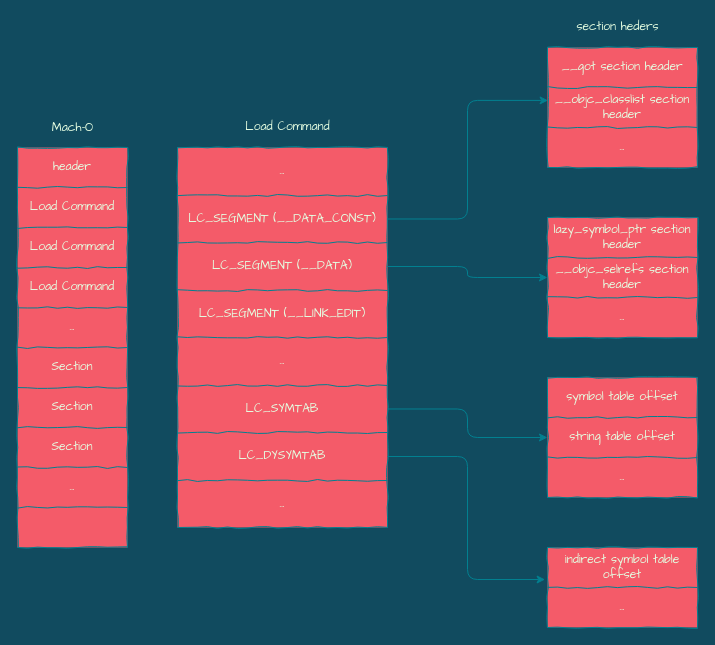
silan-liu/drawio keeps this draw.io diagram as page "Page-1" (1 of 2) of fishhook/mach-o.drawio. Above is the earlier version. Source tidied: cells renumbered, new cells numbered last; positions are measured from the earlier drawing's top-left corner, leaving out a move shared by most shapes. Both pictures are drawn from the tidied source at 100%, with x=0, y=0 at pixel (17, 17).
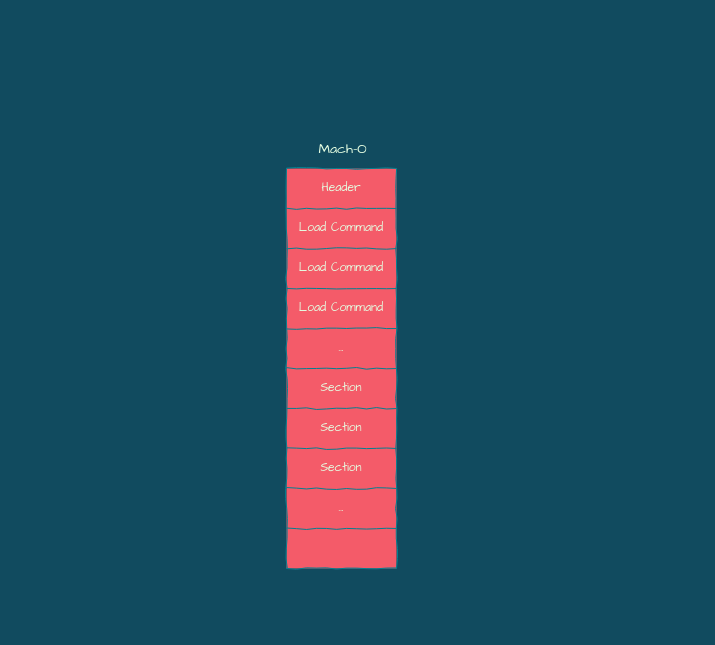
The same diagram, later.

Unchanged cells that the change refers to:
```xml
<mxCell id="3" style="shape=partialRectangle;html=1;whiteSpace=wrap;fillColor=none;top=0;left=0;bottom=0;right=0;strokeColor=#028090;fontColor=#E4FDE1;" parent="2" vertex="1">
  <mxGeometry width="110" height="40" as="geometry" />
</mxCell>
```

What changed in the source:
```diff
@@
+    <mxCell id="73" style="group;" parent="1" vertex="1">
+      <mxGeometry x="269" y="120" width="110" height="431" as="geometry" />
+    </mxCell>
-    <mxCell id="2" style="shape=table;html=1;whiteSpace=wrap;startSize=0;childLayout=tableLayout;comic=1;fillColor=#F45B69;strokeColor=#028090;fontColor=#E4FDE1;fontFamily=Architects Daughter;" parent="1" vertex="1">
-      <mxGeometry y="130" width="110" height="400" as="geometry" />
+    <mxCell id="2" style="shape=table;html=1;whiteSpace=wrap;startSize=0;childLayout=tableLayout;comic=1;fillColor=#F45B69;strokeColor=#028090;fontColor=#E4FDE1;fontFamily=Architects Daughter;" parent="73" vertex="1">
+      <mxGeometry y="31" width="110" height="400" as="geometry" />
     </mxCell>
@@
-    <mxCell id="4" value="header" style="shape=partialRectangle;html=1;whiteSpace=wrap;overflow=hidden;fillColor=none;top=0;left=0;bottom=0;right=0;strokeColor=#028090;fontColor=#E4FDE1;fontFamily=Architects Daughter;" parent="3" vertex="1">
+    <mxCell id="4" value="Header" style="shape=partialRectangle;html=1;whiteSpace=wrap;overflow=hidden;fillColor=none;top=0;left=0;bottom=0;right=0;strokeColor=#028090;fontColor=#E4FDE1;fontFamily=Architects Daughter;" parent="3" vertex="1">
       <mxGeometry width="110" height="40" as="geometry" />
     </mxCell>
@@
-    <mxCell id="23" value="&lt;font face=&quot;Architects Daughter&quot;&gt;Mach-O&lt;/font&gt;" style="text;html=1;align=center;verticalAlign=middle;fontColor=#E4FDE1;" parent="1" vertex="1">
-      <mxGeometry x="25" y="100" width="60" height="20" as="geometry" />
+    <mxCell id="23" value="&lt;font face=&quot;Architects Daughter&quot; style=&quot;font-size: 14px;&quot;&gt;Mach-O&lt;/font&gt;" style="text;html=1;align=center;verticalAlign=middle;fontColor=#E4FDE1;fontSize=14;" parent="73" vertex="1">
+      <mxGeometry x="27" width="58" height="22" as="geometry" />
     </mxCell>
-    <mxCell id="24" style="shape=table;html=1;whiteSpace=wrap;startSize=0;childLayout=tableLayout;comic=1;fillColor=#F45B69;strokeColor=#028090;fontColor=#E4FDE1;fontFamily=Architects Daughter;" parent="1" vertex="1">
-      <mxGeometry x="160" y="130" width="210" height="380" as="geometry" />
-    </mxCell>
-    <mxCell id="25" style="shape=partialRectangle;html=1;whiteSpace=wrap;fillColor=none;top=0;left=0;bottom=0;right=0;strokeColor=#028090;fontColor=#E4FDE1;" parent="24" vertex="1">
-      <mxGeometry width="210" height="48" as="geometry" />
-    </mxCell>
-    <mxCell id="26" value="..." style="shape=partialRectangle;html=1;whiteSpace=wrap;overflow=hidden;fillColor=none;top=0;left=0;bottom=0;right=0;strokeColor=#028090;fontColor=#E4FDE1;fontFamily=Architects Daughter;" parent="25" vertex="1">
-      <mxGeometry width="210" height="48" as="geometry" />
-    </mxCell>
-    <mxCell id="27" style="shape=partialRectangle;html=1;whiteSpace=wrap;fillColor=none;top=0;left=0;bottom=0;right=0;points=[[0,0.5],[1,0.5]];portConstraint=eastwest;strokeColor=#028090;fontColor=#E4FDE1;" parent="24" vertex="1">
-      <mxGeometry y="48" width="210" height="47" as="geometry" />
-    </mxCell>
-    <mxCell id="28" value="LC_SEGMENT (__DATA_CONST)" style="shape=partialRectangle;html=1;whiteSpace=wrap;overflow=hidden;fillColor=none;top=0;left=0;bottom=0;right=0;strokeColor=#028090;fontColor=#E4FDE1;fontFamily=Architects Daughter;" parent="27" vertex="1">
-      <mxGeometry width="210" height="47" as="geometry" />
-    </mxCell>
-    <mxCell id="29" style="shape=partialRectangle;html=1;whiteSpace=wrap;fillColor=none;top=0;left=0;bottom=0;right=0;points=[[0,0.5],[1,0.5]];portConstraint=eastwest;strokeColor=#028090;fontColor=#E4FDE1;" parent="24" vertex="1">
-      <mxGeometry y="95" width="210" height="48" as="geometry" />
-    </mxCell>
-    <mxCell id="30" value="LC_SEGMENT (__DATA)" style="shape=partialRectangle;html=1;whiteSpace=wrap;overflow=hidden;fillColor=none;top=0;left=0;bottom=0;right=0;strokeColor=#028090;fontColor=#E4FDE1;fontFamily=Architects Daughter;" parent="29" vertex="1">
-      <mxGeometry width="210" height="48" as="geometry" />
-    </mxCell>
-    <mxCell id="31" style="shape=partialRectangle;html=1;whiteSpace=wrap;fillColor=none;top=0;left=0;bottom=0;right=0;strokeColor=#028090;fontColor=#E4FDE1;" parent="24" vertex="1">
-      <mxGeometry y="143" width="210" height="47" as="geometry" />
-    </mxCell>
-    <mxCell id="32" value="LC_SEGMENT (__LINK_EDIT)" style="shape=partialRectangle;html=1;whiteSpace=wrap;overflow=hidden;fillColor=none;top=0;left=0;bottom=0;right=0;strokeColor=#028090;fontColor=#E4FDE1;fontFamily=Architects Daughter;" parent="31" vertex="1">
-      <mxGeometry width="210" height="47" as="geometry" />
-    </mxCell>
-    <mxCell id="33" style="shape=partialRectangle;html=1;whiteSpace=wrap;fillColor=none;top=0;left=0;bottom=0;right=0;strokeColor=#028090;fontColor=#E4FDE1;" parent="24" vertex="1">
-      <mxGeometry y="190" width="210" height="48" as="geometry" />
-    </mxCell>
-    <mxCell id="34" value="..." style="shape=partialRectangle;html=1;whiteSpace=wrap;overflow=hidden;fillColor=none;top=0;left=0;bottom=0;right=0;strokeColor=#028090;fontColor=#E4FDE1;fontFamily=Architects Daughter;" parent="33" vertex="1">
-      <mxGeometry width="210" height="48" as="geometry" />
-    </mxCell>
-    <mxCell id="35" style="shape=partialRectangle;html=1;whiteSpace=wrap;fillColor=none;top=0;left=0;bottom=0;right=0;points=[[0,0.5],[1,0.5]];portConstraint=eastwest;strokeColor=#028090;fontColor=#E4FDE1;" parent="24" vertex="1">
-      <mxGeometry y="238" width="210" height="47" as="geometry" />
-    </mxCell>
-    <mxCell id="36" value="LC_SYMTAB" style="shape=partialRectangle;html=1;whiteSpace=wrap;overflow=hidden;fillColor=none;top=0;left=0;bottom=0;right=0;strokeColor=#028090;fontColor=#E4FDE1;fontFamily=Architects Daughter;" parent="35" vertex="1">
-      <mxGeometry width="210" height="47" as="geometry" />
-    </mxCell>
-    <mxCell id="37" style="shape=partialRectangle;html=1;whiteSpace=wrap;fillColor=none;top=0;left=0;bottom=0;right=0;points=[[0,0.5],[1,0.5]];portConstraint=eastwest;strokeColor=#028090;fontColor=#E4FDE1;" parent="24" vertex="1">
-      <mxGeometry y="285" width="210" height="48" as="geometry" />
-    </mxCell>
-    <mxCell id="38" value="LC_DYSYMTAB" style="shape=partialRectangle;html=1;whiteSpace=wrap;overflow=hidden;fillColor=none;top=0;left=0;bottom=0;right=0;strokeColor=#028090;fontColor=#E4FDE1;fontFamily=Architects Daughter;" parent="37" vertex="1">
-      <mxGeometry width="210" height="48" as="geometry" />
-    </mxCell>
-    <mxCell id="39" style="shape=partialRectangle;html=1;whiteSpace=wrap;fillColor=none;top=0;left=0;bottom=0;right=0;strokeColor=#028090;fontColor=#E4FDE1;" parent="24" vertex="1">
-      <mxGeometry y="333" width="210" height="47" as="geometry" />
-    </mxCell>
-    <mxCell id="40" value="..." style="shape=partialRectangle;html=1;whiteSpace=wrap;overflow=hidden;fillColor=none;top=0;left=0;bottom=0;right=0;strokeColor=#028090;fontColor=#E4FDE1;fontFamily=Architects Daughter;" parent="39" vertex="1">
-      <mxGeometry width="210" height="47" as="geometry" />
-    </mxCell>
-    <mxCell id="41" value="Load Command" style="text;html=1;align=center;verticalAlign=middle;fontFamily=Architects Daughter;fontColor=#E4FDE1;" parent="1" vertex="1">
-      <mxGeometry x="220" y="100" width="100" height="20" as="geometry" />
-    </mxCell>
-    <mxCell id="42" style="shape=table;html=1;whiteSpace=wrap;startSize=0;childLayout=tableLayout;comic=1;fillColor=#F45B69;strokeColor=#028090;fontColor=#E4FDE1;fontFamily=Architects Daughter;" parent="1" vertex="1">
-      <mxGeometry x="530" y="360" width="150" height="120" as="geometry" />
-    </mxCell>
-    <mxCell id="43" style="shape=partialRectangle;html=1;whiteSpace=wrap;fillColor=none;top=0;left=0;bottom=0;right=0;strokeColor=#028090;fontColor=#E4FDE1;" parent="42" vertex="1">
-      <mxGeometry width="150" height="40" as="geometry" />
-    </mxCell>
-    <mxCell id="44" value="symbol table offset" style="shape=partialRectangle;html=1;whiteSpace=wrap;overflow=hidden;fillColor=none;top=0;left=0;bottom=0;right=0;strokeColor=#028090;fontColor=#E4FDE1;fontFamily=Architects Daughter;" parent="43" vertex="1">
-      <mxGeometry width="150" height="40" as="geometry" />
-    </mxCell>
-    <mxCell id="45" style="shape=partialRectangle;html=1;whiteSpace=wrap;fillColor=none;top=0;left=0;bottom=0;right=0;points=[[0,0.5],[1,0.5]];portConstraint=eastwest;strokeColor=#028090;fontColor=#E4FDE1;" parent="42" vertex="1">
-      <mxGeometry y="40" width="150" height="40" as="geometry" />
-    </mxCell>
-    <mxCell id="46" value="string table offset" style="shape=partialRectangle;html=1;whiteSpace=wrap;overflow=hidden;fillColor=none;top=0;left=0;bottom=0;right=0;strokeColor=#028090;fontColor=#E4FDE1;fontFamily=Architects Daughter;" parent="45" vertex="1">
-      <mxGeometry width="150" height="40" as="geometry" />
-    </mxCell>
-    <mxCell id="47" style="shape=partialRectangle;html=1;whiteSpace=wrap;fillColor=none;top=0;left=0;bottom=0;right=0;strokeColor=#028090;fontColor=#E4FDE1;" parent="42" vertex="1">
-      <mxGeometry y="80" width="150" height="40" as="geometry" />
-    </mxCell>
-    <mxCell id="48" value="..." style="shape=partialRectangle;html=1;whiteSpace=wrap;overflow=hidden;fillColor=none;top=0;left=0;bottom=0;right=0;strokeColor=#028090;fontColor=#E4FDE1;fontFamily=Architects Daughter;" parent="47" vertex="1">
-      <mxGeometry width="150" height="40" as="geometry" />
-    </mxCell>
-    <mxCell id="49" style="shape=table;html=1;whiteSpace=wrap;startSize=0;childLayout=tableLayout;comic=1;fillColor=#F45B69;strokeColor=#028090;fontColor=#E4FDE1;fontFamily=Architects Daughter;" parent="1" vertex="1">
-      <mxGeometry x="530" y="530" width="150" height="80" as="geometry" />
-    </mxCell>
-    <mxCell id="50" style="shape=partialRectangle;html=1;whiteSpace=wrap;fillColor=none;top=0;left=0;bottom=0;right=0;points=[[0,0.5],[1,0.5]];portConstraint=eastwest;strokeColor=#028090;fontColor=#E4FDE1;" parent="49" vertex="1">
-      <mxGeometry width="150" height="40" as="geometry" />
-    </mxCell>
-    <mxCell id="51" value="indirect symbol table offset" style="shape=partialRectangle;html=1;whiteSpace=wrap;overflow=hidden;fillColor=none;top=0;left=0;bottom=0;right=0;strokeColor=#028090;fontColor=#E4FDE1;fontFamily=Architects Daughter;" parent="50" vertex="1">
-      <mxGeometry width="150" height="40" as="geometry" />
-    </mxCell>
-    <mxCell id="52" style="shape=partialRectangle;html=1;whiteSpace=wrap;fillColor=none;top=0;left=0;bottom=0;right=0;strokeColor=#028090;fontColor=#E4FDE1;" parent="49" vertex="1">
-      <mxGeometry y="40" width="150" height="40" as="geometry" />
-    </mxCell>
-    <mxCell id="53" value="..." style="shape=partialRectangle;html=1;whiteSpace=wrap;overflow=hidden;fillColor=none;top=0;left=0;bottom=0;right=0;strokeColor=#028090;fontColor=#E4FDE1;fontFamily=Architects Daughter;" parent="52" vertex="1">
-      <mxGeometry width="150" height="40" as="geometry" />
-    </mxCell>
-    <mxCell id="54" style="edgeStyle=orthogonalEdgeStyle;curved=0;rounded=1;sketch=0;jettySize=auto;html=1;exitX=1;exitY=0.5;exitDx=0;exitDy=0;entryX=-0.016;entryY=0.8;entryDx=0;entryDy=0;entryPerimeter=0;strokeColor=#028090;fillColor=#F45B69;fontFamily=Architects Daughter;fontColor=#E4FDE1;" parent="1" edge="1" source="37" target="50">
-      <mxGeometry relative="1" as="geometry" />
-    </mxCell>
-    <mxCell id="55" style="shape=table;html=1;whiteSpace=wrap;startSize=0;childLayout=tableLayout;comic=1;fillColor=#F45B69;strokeColor=#028090;fontColor=#E4FDE1;fontFamily=Architects Daughter;" parent="1" vertex="1">
-      <mxGeometry x="530" y="30" width="150" height="120" as="geometry" />
-    </mxCell>
-    <mxCell id="56" style="shape=partialRectangle;html=1;whiteSpace=wrap;fillColor=none;top=0;left=0;bottom=0;right=0;strokeColor=#028090;fontColor=#E4FDE1;" parent="55" vertex="1">
-      <mxGeometry width="150" height="40" as="geometry" />
-    </mxCell>
-    <mxCell id="57" value="__got section header" style="shape=partialRectangle;html=1;whiteSpace=wrap;overflow=hidden;fillColor=none;top=0;left=0;bottom=0;right=0;strokeColor=#028090;fontColor=#E4FDE1;fontFamily=Architects Daughter;" parent="56" vertex="1">
-      <mxGeometry width="150" height="40" as="geometry" />
-    </mxCell>
-    <mxCell id="58" style="shape=partialRectangle;html=1;whiteSpace=wrap;fillColor=none;top=0;left=0;bottom=0;right=0;points=[[0,0.5],[1,0.5]];portConstraint=eastwest;strokeColor=#028090;fontColor=#E4FDE1;" parent="55" vertex="1">
-      <mxGeometry y="40" width="150" height="40" as="geometry" />
-    </mxCell>
-    <mxCell id="59" value="__objc_classlist section header" style="shape=partialRectangle;html=1;whiteSpace=wrap;overflow=hidden;fillColor=none;top=0;left=0;bottom=0;right=0;strokeColor=#028090;fontColor=#E4FDE1;fontFamily=Architects Daughter;" parent="58" vertex="1">
-      <mxGeometry width="150" height="40" as="geometry" />
-    </mxCell>
-    <mxCell id="60" style="shape=partialRectangle;html=1;whiteSpace=wrap;fillColor=none;top=0;left=0;bottom=0;right=0;strokeColor=#028090;fontColor=#E4FDE1;" parent="55" vertex="1">
-      <mxGeometry y="80" width="150" height="40" as="geometry" />
-    </mxCell>
-    <mxCell id="61" value="..." style="shape=partialRectangle;html=1;whiteSpace=wrap;overflow=hidden;fillColor=none;top=0;left=0;bottom=0;right=0;strokeColor=#028090;fontColor=#E4FDE1;fontFamily=Architects Daughter;" parent="60" vertex="1">
-      <mxGeometry width="150" height="40" as="geometry" />
-    </mxCell>
-    <mxCell id="62" value="section heders" style="text;html=1;align=center;verticalAlign=middle;fontFamily=Architects Daughter;fontColor=#E4FDE1;" parent="1" vertex="1">
-      <mxGeometry x="550" width="100" height="20" as="geometry" />
-    </mxCell>
-    <mxCell id="63" style="shape=table;html=1;whiteSpace=wrap;startSize=0;childLayout=tableLayout;comic=1;fillColor=#F45B69;strokeColor=#028090;fontColor=#E4FDE1;fontFamily=Architects Daughter;" parent="1" vertex="1">
-      <mxGeometry x="530" y="200" width="150" height="120" as="geometry" />
-    </mxCell>
-    <mxCell id="64" style="shape=partialRectangle;html=1;whiteSpace=wrap;fillColor=none;top=0;left=0;bottom=0;right=0;strokeColor=#028090;fontColor=#E4FDE1;" parent="63" vertex="1">
-      <mxGeometry width="150" height="40" as="geometry" />
-    </mxCell>
-    <mxCell id="65" value="lazy_symbol_ptr section header" style="shape=partialRectangle;html=1;whiteSpace=wrap;overflow=hidden;fillColor=none;top=0;left=0;bottom=0;right=0;strokeColor=#028090;fontColor=#E4FDE1;fontFamily=Architects Daughter;" parent="64" vertex="1">
-      <mxGeometry width="150" height="40" as="geometry" />
-    </mxCell>
-    <mxCell id="66" style="shape=partialRectangle;html=1;whiteSpace=wrap;fillColor=none;top=0;left=0;bottom=0;right=0;points=[[0,0.5],[1,0.5]];portConstraint=eastwest;strokeColor=#028090;fontColor=#E4FDE1;" parent="63" vertex="1">
-      <mxGeometry y="40" width="150" height="40" as="geometry" />
-    </mxCell>
-    <mxCell id="67" value="__objc_selrefs section header" style="shape=partialRectangle;html=1;whiteSpace=wrap;overflow=hidden;fillColor=none;top=0;left=0;bottom=0;right=0;strokeColor=#028090;fontColor=#E4FDE1;fontFamily=Architects Daughter;" parent="66" vertex="1">
-      <mxGeometry width="150" height="40" as="geometry" />
-    </mxCell>
-    <mxCell id="68" style="shape=partialRectangle;html=1;whiteSpace=wrap;fillColor=none;top=0;left=0;bottom=0;right=0;strokeColor=#028090;fontColor=#E4FDE1;" parent="63" vertex="1">
-      <mxGeometry y="80" width="150" height="40" as="geometry" />
-    </mxCell>
-    <mxCell id="69" value="..." style="shape=partialRectangle;html=1;whiteSpace=wrap;overflow=hidden;fillColor=none;top=0;left=0;bottom=0;right=0;strokeColor=#028090;fontColor=#E4FDE1;fontFamily=Architects Daughter;" parent="68" vertex="1">
-      <mxGeometry width="150" height="40" as="geometry" />
-    </mxCell>
-    <mxCell id="70" style="edgeStyle=orthogonalEdgeStyle;curved=0;rounded=1;sketch=0;jettySize=auto;html=1;exitX=1;exitY=0.5;exitDx=0;exitDy=0;entryX=0;entryY=0.5;entryDx=0;entryDy=0;strokeColor=#028090;fillColor=#F45B69;fontFamily=Architects Daughter;fontColor=#E4FDE1;" parent="1" edge="1" source="35" target="45">
-      <mxGeometry relative="1" as="geometry" />
-    </mxCell>
-    <mxCell id="71" style="edgeStyle=orthogonalEdgeStyle;curved=0;rounded=1;sketch=0;jettySize=auto;html=1;exitX=1;exitY=0.5;exitDx=0;exitDy=0;entryX=0.004;entryY=0.323;entryDx=0;entryDy=0;entryPerimeter=0;strokeColor=#028090;fillColor=#F45B69;fontFamily=Architects Daughter;fontColor=#E4FDE1;" parent="1" edge="1" source="27" target="58">
-      <mxGeometry relative="1" as="geometry" />
-    </mxCell>
-    <mxCell id="72" style="edgeStyle=orthogonalEdgeStyle;curved=0;rounded=1;sketch=0;jettySize=auto;html=1;exitX=1;exitY=0.5;exitDx=0;exitDy=0;entryX=0;entryY=0.5;entryDx=0;entryDy=0;strokeColor=#028090;fillColor=#F45B69;fontFamily=Architects Daughter;fontColor=#E4FDE1;" parent="1" edge="1" source="29" target="66">
-      <mxGeometry relative="1" as="geometry" />
-    </mxCell>
```
